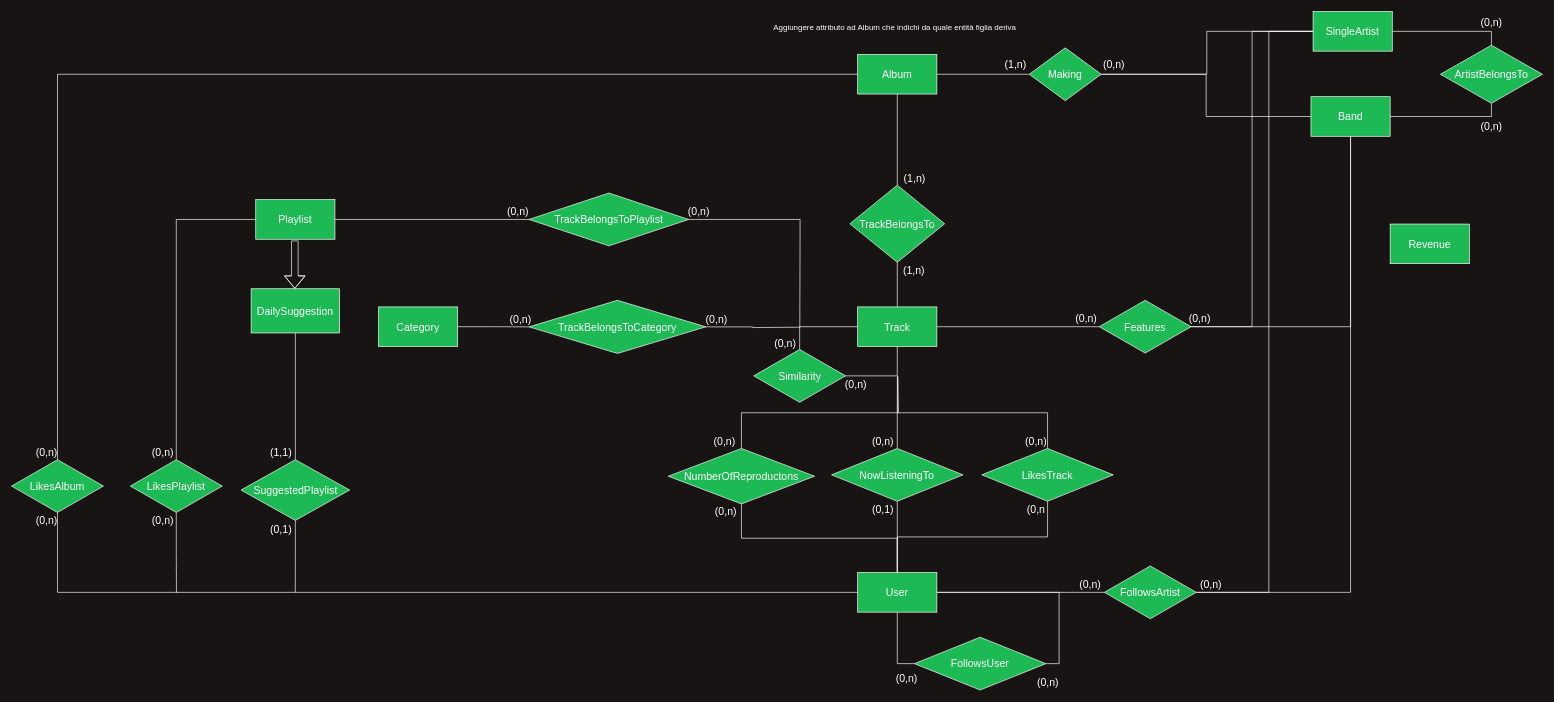
Before: Documentazione/Restructured.drawio in gabrycina/spotify-clone, a draw.io diagram. Source tidied: cells renumbered, new cells numbered last; positions are measured from the earlier drawing's top-left corner, leaving out a move shared by most shapes. Both pictures are drawn from the tidied source at 66%, with x=0, y=0 at pixel (11, 11).
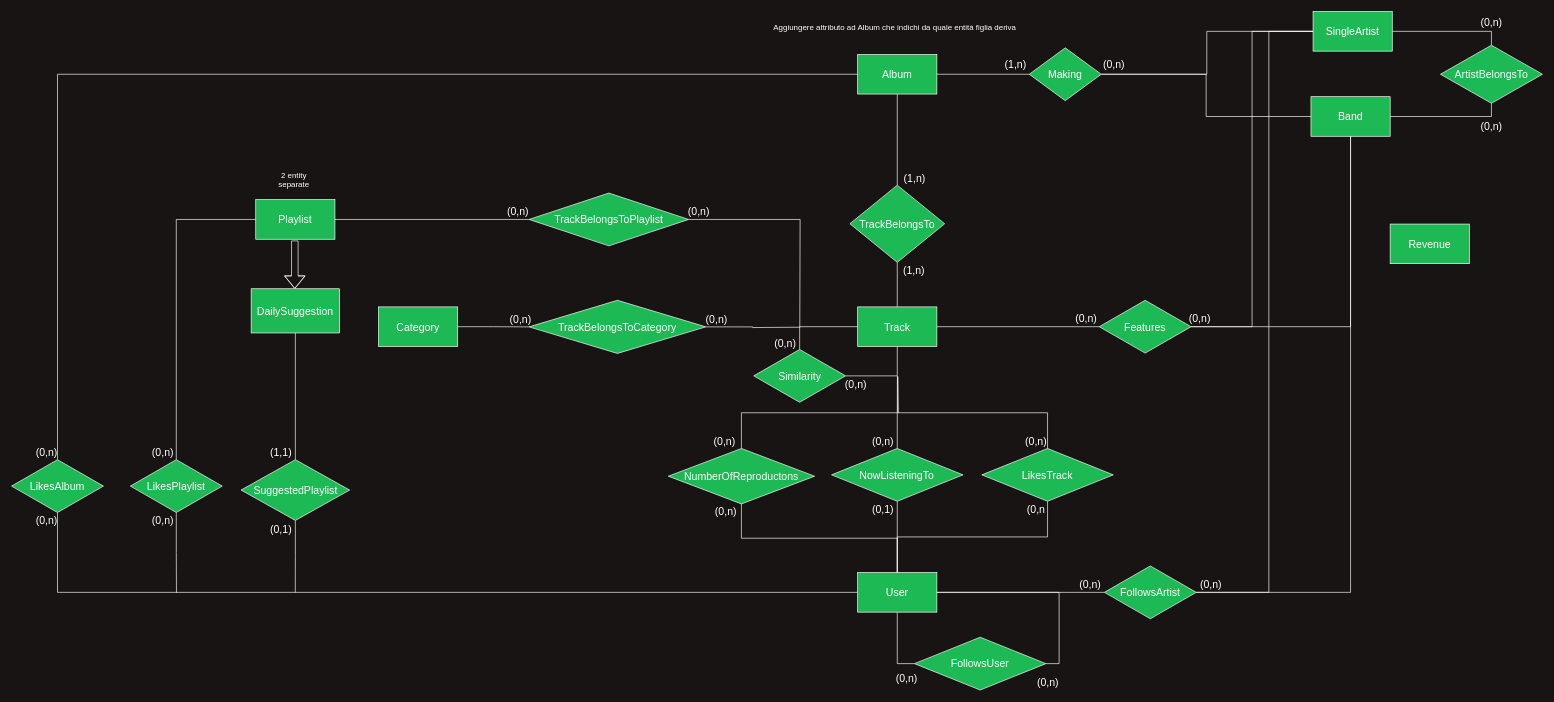
After the change.

Change to the diagram source:
```diff
@@
+    <mxCell id="92" value="&lt;font color=&quot;#ffffff&quot;&gt;&lt;span&gt;2&amp;nbsp;entity separate&lt;br&gt;&lt;/span&gt;&lt;/font&gt;" style="text;html=1;strokeColor=none;fillColor=none;align=center;verticalAlign=middle;whiteSpace=wrap;rounded=0;" parent="1" vertex="1">
+      <mxGeometry x="398" y="240" width="60" height="30" as="geometry" />
+    </mxCell>
```
